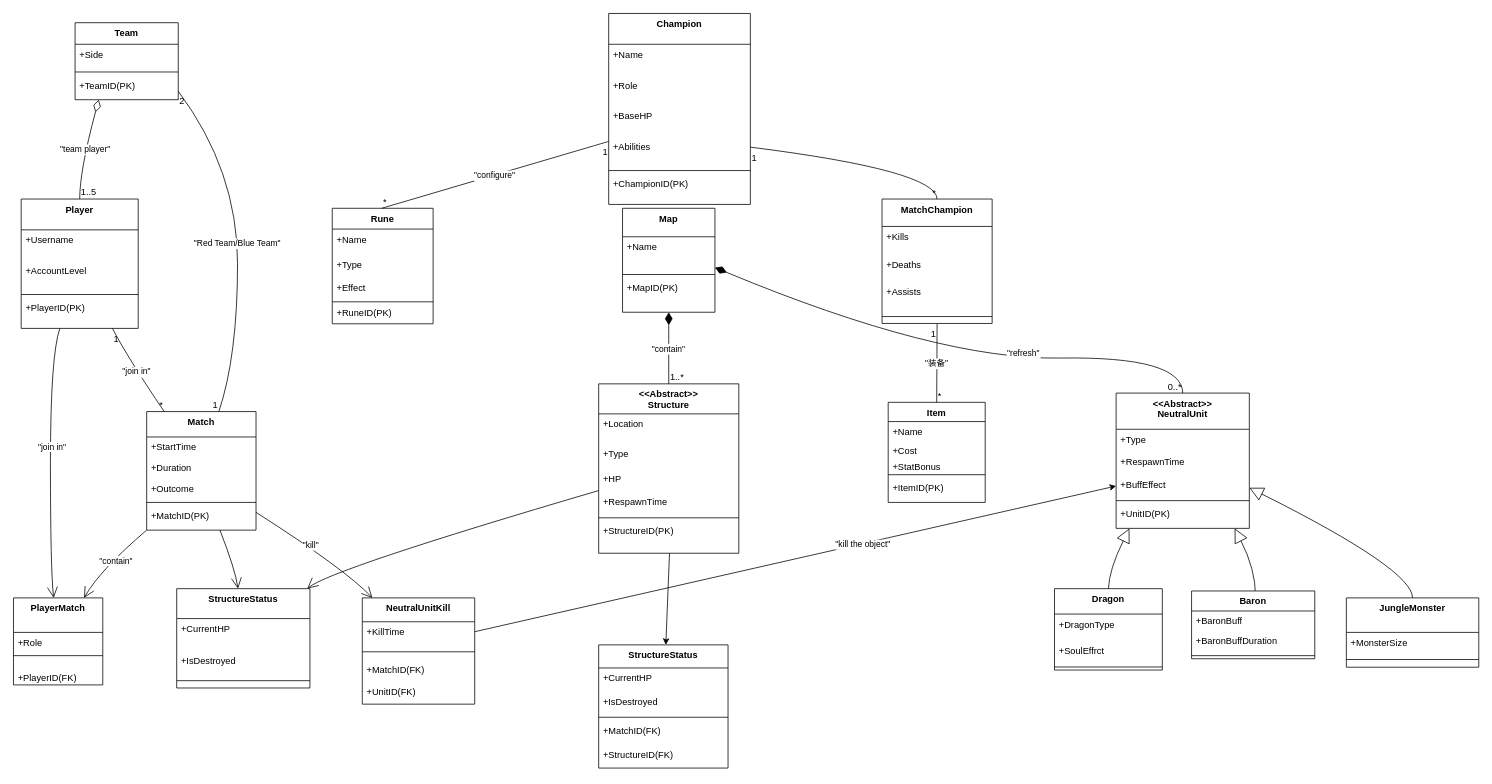
Before: page "第 4 页" (3 of 3) of 测试1.drawio in mushroomAAA/draw.io, a draw.io diagram. Source tidied: cells renumbered, new cells numbered last; positions are measured from the earlier drawing's top-left corner, leaving out a move shared by most shapes. Both pictures are drawn from the tidied source at 77%, with x=0, y=0 at pixel (13, 13).
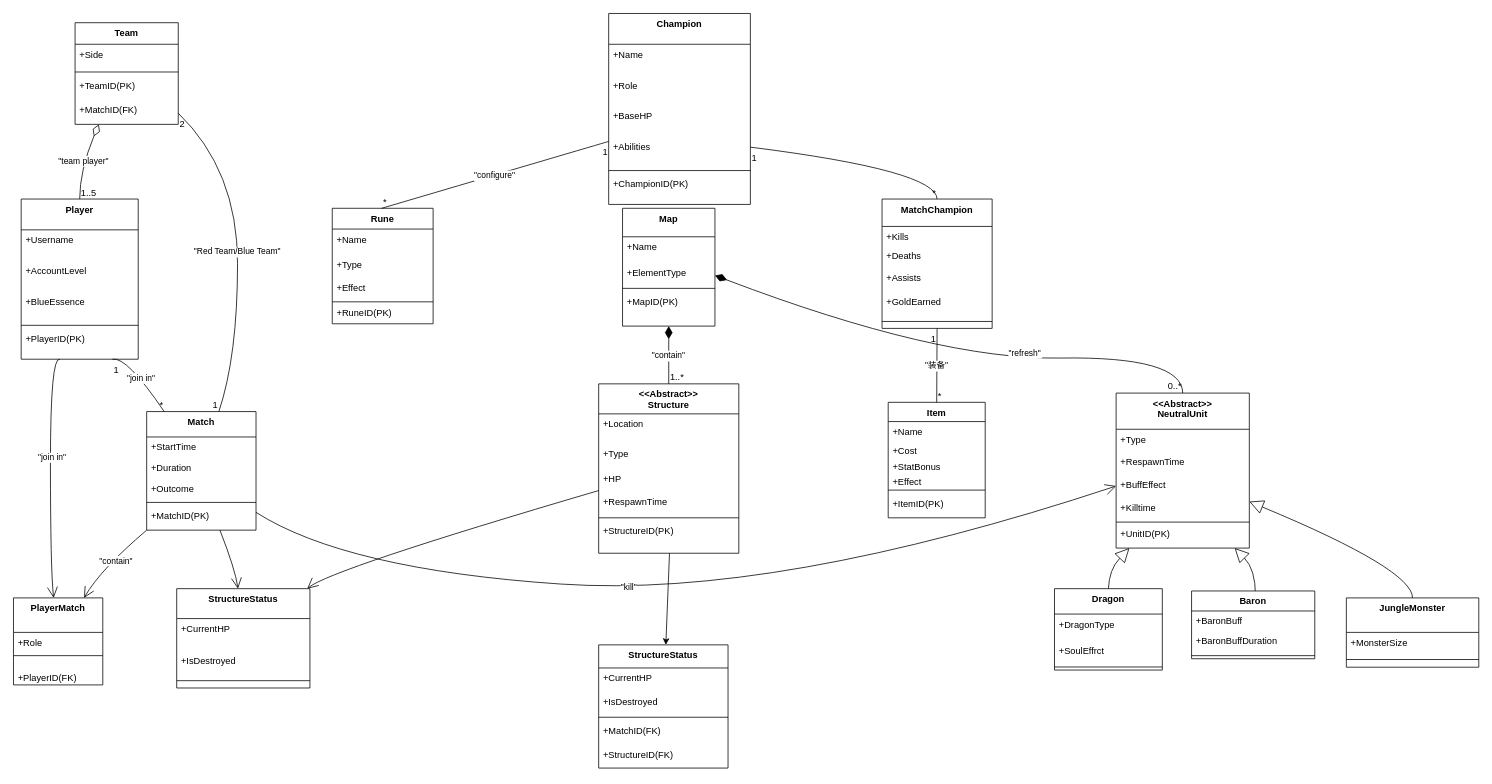
After the change.

Unchanged cells that the change refers to:
```xml
<mxCell id="18" value="+BuffEffect" style="text;strokeColor=none;fillColor=none;align=left;verticalAlign=top;spacingLeft=4;spacingRight=4;overflow=hidden;points=[[0,0.5],[1,0.5]];portConstraint=eastwest;" parent="15" vertex="1">
  <mxGeometry y="105.7" width="173" height="30" as="geometry" />
</mxCell>
<mxCell id="50" value="Match" style="swimlane;fontStyle=1;align=center;verticalAlign=top;horizontal=1;startSize=33;" parent="1" vertex="1">
  <mxGeometry x="173" y="517" width="142" height="154" as="geometry" />
</mxCell>
```

Change to the diagram source:
```diff
@@
     <mxCell id="15" value="&lt;&lt;Abstract&gt;&gt;&#10;NeutralUnit" style="swimlane;fontStyle=1;align=center;verticalAlign=top;horizontal=1;startSize=47;" parent="1" vertex="1">
-      <mxGeometry x="1432" y="493" width="173" height="175.7" as="geometry" />
+      <mxGeometry x="1432" y="493" width="173" height="201.3" as="geometry" />
     </mxCell>
@@
+    <mxCell id="123" value="+Killtime" style="text;strokeColor=none;fillColor=none;align=left;verticalAlign=top;spacingLeft=4;spacingRight=4;overflow=hidden;" parent="15" vertex="1">
+      <mxGeometry y="135.7" width="173" height="30" as="geometry" />
+    </mxCell>
     <mxCell id="19" style="line;strokeWidth=1;fillColor=none;align=left;verticalAlign=middle;spacingTop=-1;spacingLeft=3;spacingRight=3;labelPosition=right;strokeColor=inherit;" parent="15" vertex="1">
-      <mxGeometry y="135.7" width="173" height="8" as="geometry" />
+      <mxGeometry y="165.7" width="173" height="3.7" as="geometry" />
     </mxCell>
     <mxCell id="20" value="+UnitID(PK)" style="text;strokeColor=none;fillColor=none;align=left;verticalAlign=top;spacingLeft=4;spacingRight=4;overflow=hidden;" parent="15" vertex="1">
-      <mxGeometry y="143.7" width="173" height="32" as="geometry" />
+      <mxGeometry y="169.3" width="173" height="32" as="geometry" />
     </mxCell>
-    <mxCell id="21" style="endArrow=classic;html=1;rounded=0;entryX=0;entryY=0.5;entryDx=0;entryDy=0;exitX=0;exitY=0.5;exitDx=0;exitDy=0;" parent="15" edge="1" target="18">
-      <mxGeometry relative="1" as="geometry">
-        <mxPoint x="-833" y="309.9" as="sourcePoint" />
-      </mxGeometry>
-    </mxCell>
-    <mxCell id="22" value="&quot;kill the object&quot;" style="edgeLabel;html=1;align=center;verticalAlign=middle;" parent="21" vertex="1">
-      <mxGeometry x="0.08" relative="1" as="geometry">
-        <mxPoint x="54" y="-11" as="offset" />
-      </mxGeometry>
-    </mxCell>
@@
     <mxCell id="30" value="Map" style="swimlane;fontStyle=1;align=center;verticalAlign=top;horizontal=1;startSize=37;" parent="1" vertex="1">
-      <mxGeometry x="791" y="253" width="120" height="135" as="geometry" />
+      <mxGeometry x="791" y="253" width="120" height="153" as="geometry" />
     </mxCell>
     <mxCell id="31" value="+Name" style="text;strokeColor=none;fillColor=none;align=left;verticalAlign=top;spacingLeft=4;spacingRight=4;overflow=hidden;" parent="30" vertex="1">
-      <mxGeometry y="37" width="120" height="45" as="geometry" />
+      <mxGeometry y="37" width="120" height="33" as="geometry" />
     </mxCell>
+    <mxCell id="124" value="+ElementType" style="text;strokeColor=none;fillColor=none;align=left;verticalAlign=top;spacingLeft=4;spacingRight=4;overflow=hidden;" parent="30" vertex="1">
+      <mxGeometry y="70" width="120" height="30" as="geometry" />
+    </mxCell>
     <mxCell id="32" style="line;strokeWidth=1;fillColor=none;align=left;verticalAlign=middle;spacingTop=-1;spacingLeft=3;spacingRight=3;labelPosition=right;strokeColor=inherit;" parent="30" vertex="1">
-      <mxGeometry y="82" width="120" height="8" as="geometry" />
+      <mxGeometry y="100" width="120" height="8" as="geometry" />
     </mxCell>
     <mxCell id="33" value="+MapID(PK)" style="text;strokeColor=none;fillColor=none;align=left;verticalAlign=top;spacingLeft=4;spacingRight=4;overflow=hidden;" parent="30" vertex="1">
-      <mxGeometry y="90" width="120" height="45" as="geometry" />
+      <mxGeometry y="108" width="120" height="45" as="geometry" />
     </mxCell>
     <mxCell id="34" value="Team" style="swimlane;fontStyle=1;align=center;verticalAlign=top;horizontal=1;startSize=28;" parent="1" vertex="1">
-      <mxGeometry x="80" y="12" width="134" height="100" as="geometry" />
+      <mxGeometry x="80" y="12" width="134" height="132" as="geometry" />
     </mxCell>
@@
+    <mxCell id="84" value="+MatchID(FK)" style="text;strokeColor=none;fillColor=none;align=left;verticalAlign=top;spacingLeft=4;spacingRight=4;overflow=hidden;" parent="34" vertex="1">
+      <mxGeometry y="100" width="134" height="32" as="geometry" />
+    </mxCell>
     <mxCell id="38" value="Player" style="swimlane;fontStyle=1;align=center;verticalAlign=top;horizontal=1;startSize=40;" parent="1" vertex="1">
-      <mxGeometry x="10" y="241" width="152" height="168" as="geometry" />
+      <mxGeometry x="10" y="241" width="152" height="208" as="geometry" />
     </mxCell>
@@
+    <mxCell id="125" value="+BlueEssence" style="text;strokeColor=none;fillColor=none;align=left;verticalAlign=top;spacingLeft=4;spacingRight=4;overflow=hidden;" parent="38" vertex="1">
+      <mxGeometry y="120" width="152" height="40" as="geometry" />
+    </mxCell>
     <mxCell id="41" style="line;strokeWidth=1;fillColor=none;align=left;verticalAlign=middle;spacingTop=-1;spacingLeft=3;spacingRight=3;labelPosition=right;strokeColor=inherit;" parent="38" vertex="1">
-      <mxGeometry y="120" width="152" height="8" as="geometry" />
+      <mxGeometry y="160" width="152" height="8" as="geometry" />
     </mxCell>
     <mxCell id="42" value="+PlayerID(PK)" style="text;strokeColor=none;fillColor=none;align=left;verticalAlign=top;spacingLeft=4;spacingRight=4;overflow=hidden;" parent="38" vertex="1">
-      <mxGeometry y="128" width="152" height="40" as="geometry" />
+      <mxGeometry y="168" width="152" height="40" as="geometry" />
     </mxCell>
@@
     <mxCell id="56" value="Item" style="swimlane;fontStyle=1;align=center;verticalAlign=top;horizontal=1;startSize=25;" parent="1" vertex="1">
-      <mxGeometry x="1136" y="505" width="126" height="130" as="geometry" />
+      <mxGeometry x="1136" y="505" width="126" height="150" as="geometry" />
     </mxCell>
@@
+    <mxCell id="126" value="+Effect" style="text;strokeColor=none;fillColor=none;align=left;verticalAlign=top;spacingLeft=4;spacingRight=4;overflow=hidden;" parent="56" vertex="1">
+      <mxGeometry y="90" width="126" height="20" as="geometry" />
+    </mxCell>
     <mxCell id="60" style="line;strokeWidth=1;fillColor=none;align=left;verticalAlign=middle;spacingTop=-1;spacingLeft=3;spacingRight=3;labelPosition=right;strokeColor=inherit;" parent="56" vertex="1">
-      <mxGeometry y="90" width="126" height="8" as="geometry" />
+      <mxGeometry y="110" width="126" height="8" as="geometry" />
     </mxCell>
     <mxCell id="61" value="+ItemID(PK)" style="text;strokeColor=none;fillColor=none;align=left;verticalAlign=top;spacingLeft=4;spacingRight=4;overflow=hidden;" parent="56" vertex="1">
-      <mxGeometry y="98" width="126" height="32" as="geometry" />
+      <mxGeometry y="118" width="126" height="32" as="geometry" />
     </mxCell>
@@
     <mxCell id="68" value="MatchChampion" style="swimlane;fontStyle=1;align=center;verticalAlign=top;horizontal=1;startSize=35.55555555555556;" parent="1" vertex="1">
-      <mxGeometry x="1128" y="241" width="143" height="161.6" as="geometry" />
+      <mxGeometry x="1128" y="241" width="143" height="168" as="geometry" />
     </mxCell>
     <mxCell id="69" value="+Kills" style="text;strokeColor=none;fillColor=none;align=left;verticalAlign=top;spacingLeft=4;spacingRight=4;overflow=hidden;" parent="68" vertex="1">
-      <mxGeometry y="35.6" width="143" height="36" as="geometry" />
+      <mxGeometry y="35.6" width="143" height="24.4" as="geometry" />
     </mxCell>
     <mxCell id="70" value="+Deaths" style="text;strokeColor=none;fillColor=none;align=left;verticalAlign=top;spacingLeft=4;spacingRight=4;overflow=hidden;" parent="68" vertex="1">
-      <mxGeometry y="71.6" width="143" height="36" as="geometry" />
+      <mxGeometry y="60" width="143" height="28.4" as="geometry" />
     </mxCell>
     <mxCell id="71" value="+Assists" style="text;strokeColor=none;fillColor=none;align=left;verticalAlign=top;spacingLeft=4;spacingRight=4;overflow=hidden;" parent="68" vertex="1">
-      <mxGeometry y="107.6" width="143" height="36" as="geometry" />
+      <mxGeometry y="88.4" width="143" height="31.6" as="geometry" />
     </mxCell>
+    <mxCell id="127" value="+GoldEarned" style="text;strokeColor=none;fillColor=none;align=left;verticalAlign=top;spacingLeft=4;spacingRight=4;overflow=hidden;" parent="68" vertex="1">
+      <mxGeometry y="120" width="143" height="30" as="geometry" />
+    </mxCell>
     <mxCell id="72" style="line;strokeWidth=1;fillColor=none;align=left;verticalAlign=middle;spacingTop=-1;spacingLeft=3;spacingRight=3;labelPosition=right;strokeColor=inherit;" parent="68" vertex="1">
-      <mxGeometry y="143.6" width="143" height="18" as="geometry" />
+      <mxGeometry y="150" width="143" height="18" as="geometry" />
     </mxCell>
@@
-    <mxCell id="81" value="NeutralUnitKill" style="swimlane;fontStyle=1;align=center;verticalAlign=top;horizontal=1;startSize=31;" parent="1" vertex="1">
-      <mxGeometry x="453" y="759" width="146" height="138" as="geometry" />
-    </mxCell>
-    <mxCell id="82" value="+KillTime" style="text;strokeColor=none;fillColor=none;align=left;verticalAlign=top;spacingLeft=4;spacingRight=4;overflow=hidden;" parent="81" vertex="1">
-      <mxGeometry y="31" width="146" height="29" as="geometry" />
-    </mxCell>
-    <mxCell id="83" style="line;strokeWidth=1;fillColor=none;align=left;verticalAlign=middle;spacingTop=-1;spacingLeft=3;spacingRight=3;labelPosition=right;strokeColor=inherit;" parent="81" vertex="1">
-      <mxGeometry y="60" width="146" height="20" as="geometry" />
-    </mxCell>
-    <mxCell id="84" value="+MatchID(FK)" style="text;strokeColor=none;fillColor=none;align=left;verticalAlign=top;spacingLeft=4;spacingRight=4;overflow=hidden;" parent="81" vertex="1">
-      <mxGeometry y="80" width="146" height="29" as="geometry" />
-    </mxCell>
-    <mxCell id="85" value="+UnitID(FK)" style="text;strokeColor=none;fillColor=none;align=left;verticalAlign=top;spacingLeft=4;spacingRight=4;overflow=hidden;" parent="81" vertex="1">
-      <mxGeometry y="109" width="146" height="29" as="geometry" />
-    </mxCell>
@@
-    <mxCell id="116" style="curved=1;startArrow=none;endArrow=open;endSize=12;exitX=1;exitY=0.85;entryX=0.09;entryY=0;rounded=0;" parent="1" edge="1" source="50" target="81">
+    <mxCell id="116" style="curved=1;startArrow=none;endArrow=open;endSize=12;exitX=1;exitY=0.85;rounded=0;entryX=0;entryY=0.5;entryDx=0;entryDy=0;" parent="1" edge="1" source="50" target="18">
       <mxGeometry relative="1" as="geometry">
         <Array as="points">
           <mxPoint x="431" y="722" />
+          <mxPoint x="990" y="760" />
         </Array>
       </mxGeometry>
     </mxCell>
```
